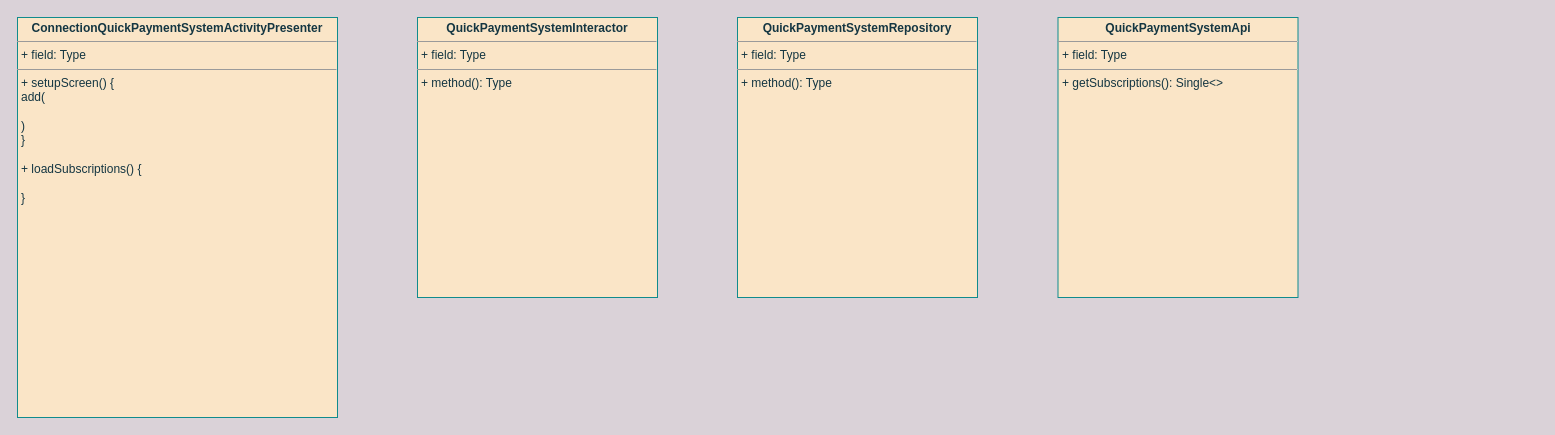
Above: UNI-16880.drawio in ShiryaevNikolay/diagrams (draw.io), before the change. Source tidied: cells renumbered, new cells numbered last; positions are measured from the earlier drawing's top-left corner, leaving out a move shared by most shapes. Both pictures are drawn from the tidied source at 100%, with x=0, y=0 at pixel (17, 17).
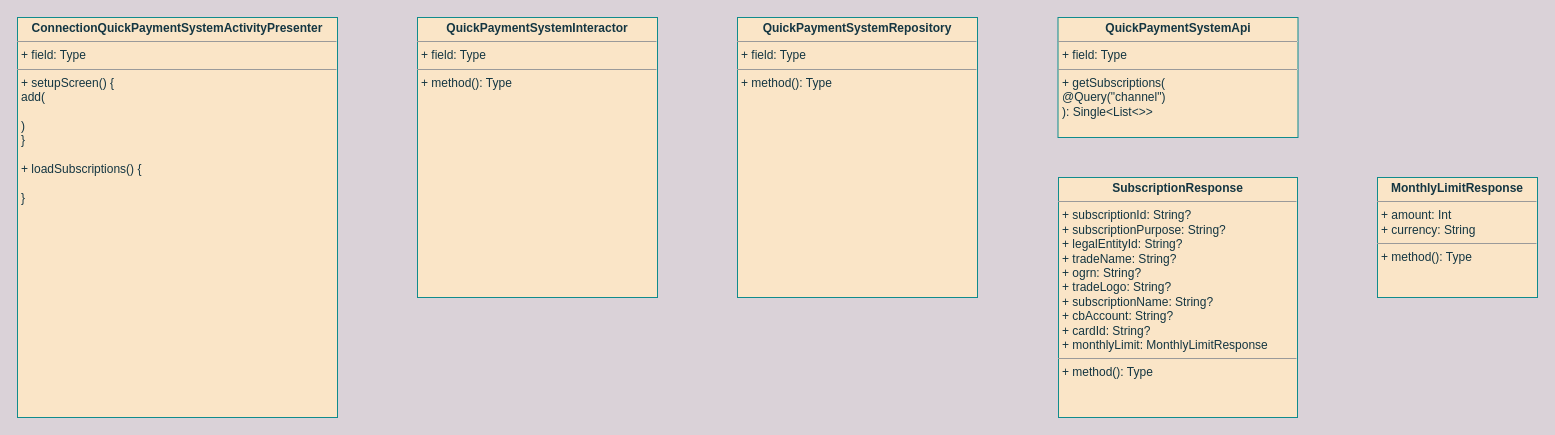
The same diagram, later.

Diff of the diagram source:
```diff
@@
 <mxGraphModel background="#DAD2D8">
   <root>
     <mxCell id="0" />
     <mxCell id="1" parent="0" />
     <mxCell id="2" value="&lt;p style=&quot;margin:0px;margin-top:4px;text-align:center;&quot;&gt;&lt;b&gt;ConnectionQuickPaymentSystemActivityPresenter&lt;/b&gt;&lt;/p&gt;&lt;hr size=&quot;1&quot;&gt;&lt;p style=&quot;margin:0px;margin-left:4px;&quot;&gt;+ field: Type&lt;/p&gt;&lt;hr size=&quot;1&quot;&gt;&lt;p style=&quot;margin:0px;margin-left:4px;&quot;&gt;+ setupScreen() {&lt;/p&gt;&lt;p style=&quot;margin:0px;margin-left:4px;&quot;&gt;add(&lt;/p&gt;&lt;p style=&quot;margin:0px;margin-left:4px;&quot;&gt;&lt;br&gt;&lt;/p&gt;&lt;p style=&quot;margin:0px;margin-left:4px;&quot;&gt;)&lt;br&gt;&lt;/p&gt;&lt;p style=&quot;margin:0px;margin-left:4px;&quot;&gt;}&lt;/p&gt;&lt;p style=&quot;margin:0px;margin-left:4px;&quot;&gt;&lt;br&gt;&lt;/p&gt;&lt;p style=&quot;margin:0px;margin-left:4px;&quot;&gt;+ loadSubscriptions() {&lt;/p&gt;&lt;p style=&quot;margin:0px;margin-left:4px;&quot;&gt;&lt;br&gt;&lt;/p&gt;&lt;p style=&quot;margin:0px;margin-left:4px;&quot;&gt;}&lt;br&gt;&lt;/p&gt;" style="verticalAlign=top;align=left;overflow=fill;fontSize=12;fontFamily=Helvetica;html=1;rounded=0;sketch=0;fontColor=#143642;strokeColor=#0F8B8D;fillColor=#FAE5C7;" parent="1" vertex="1">
       <mxGeometry width="320" height="400" as="geometry" />
     </mxCell>
     <mxCell id="3" value="&lt;p style=&quot;margin:0px;margin-top:4px;text-align:center;&quot;&gt;&lt;b&gt;QuickPaymentSystemInteractor&lt;/b&gt;&lt;/p&gt;&lt;hr size=&quot;1&quot;&gt;&lt;p style=&quot;margin:0px;margin-left:4px;&quot;&gt;+ field: Type&lt;/p&gt;&lt;hr size=&quot;1&quot;&gt;&lt;p style=&quot;margin:0px;margin-left:4px;&quot;&gt;+ method(): Type&lt;/p&gt;" style="verticalAlign=top;align=left;overflow=fill;fontSize=12;fontFamily=Helvetica;html=1;rounded=0;sketch=0;fontColor=#143642;strokeColor=#0F8B8D;fillColor=#FAE5C7;" parent="1" vertex="1">
       <mxGeometry x="400" width="240" height="280" as="geometry" />
     </mxCell>
     <mxCell id="4" value="&lt;p style=&quot;margin:0px;margin-top:4px;text-align:center;&quot;&gt;&lt;b&gt;QuickPaymentSystemRepository&lt;/b&gt;&lt;/p&gt;&lt;hr size=&quot;1&quot;&gt;&lt;p style=&quot;margin:0px;margin-left:4px;&quot;&gt;+ field: Type&lt;/p&gt;&lt;hr size=&quot;1&quot;&gt;&lt;p style=&quot;margin:0px;margin-left:4px;&quot;&gt;+ method(): Type&lt;/p&gt;" style="verticalAlign=top;align=left;overflow=fill;fontSize=12;fontFamily=Helvetica;html=1;rounded=0;sketch=0;fontColor=#143642;strokeColor=#0F8B8D;fillColor=#FAE5C7;" parent="1" vertex="1">
       <mxGeometry x="720" width="240" height="280" as="geometry" />
     </mxCell>
-    <mxCell id="5" value="&lt;p style=&quot;margin:0px;margin-top:4px;text-align:center;&quot;&gt;&lt;b&gt;QuickPaymentSystemApi&lt;/b&gt;&lt;/p&gt;&lt;hr size=&quot;1&quot;&gt;&lt;p style=&quot;margin:0px;margin-left:4px;&quot;&gt;+ field: Type&lt;/p&gt;&lt;hr size=&quot;1&quot;&gt;&lt;p style=&quot;margin:0px;margin-left:4px;&quot;&gt;+ getSubscriptions(): Single&amp;lt;&amp;gt;&lt;/p&gt;" style="verticalAlign=top;align=left;overflow=fill;fontSize=12;fontFamily=Helvetica;html=1;rounded=0;sketch=0;fontColor=#143642;strokeColor=#0F8B8D;fillColor=#FAE5C7;" parent="1" vertex="1">
-      <mxGeometry x="1040.5" width="240" height="280" as="geometry" />
+    <mxCell id="5" value="&lt;p style=&quot;margin:0px;margin-top:4px;text-align:center;&quot;&gt;&lt;b&gt;QuickPaymentSystemApi&lt;/b&gt;&lt;/p&gt;&lt;hr size=&quot;1&quot;&gt;&lt;p style=&quot;margin:0px;margin-left:4px;&quot;&gt;+ field: Type&lt;/p&gt;&lt;hr size=&quot;1&quot;&gt;&lt;p style=&quot;margin:0px;margin-left:4px;&quot;&gt;+ getSubscriptions(&lt;/p&gt;&lt;p style=&quot;margin:0px;margin-left:4px;&quot;&gt;@Query(&quot;channel&quot;)&lt;/p&gt;&lt;p style=&quot;margin:0px;margin-left:4px;&quot;&gt;): Single&amp;lt;List&amp;lt;&amp;gt;&amp;gt;&lt;/p&gt;" style="verticalAlign=top;align=left;overflow=fill;fontSize=12;fontFamily=Helvetica;html=1;rounded=0;sketch=0;fontColor=#143642;strokeColor=#0F8B8D;fillColor=#FAE5C7;" parent="1" vertex="1">
+      <mxGeometry x="1040.5" width="240" height="120" as="geometry" />
     </mxCell>
+    <mxCell id="6" value="&lt;p style=&quot;margin:0px;margin-top:4px;text-align:center;&quot;&gt;&lt;b&gt;SubscriptionResponse&lt;/b&gt;&lt;/p&gt;&lt;hr size=&quot;1&quot;&gt;&lt;p style=&quot;margin:0px;margin-left:4px;&quot;&gt;+ subscriptionId: String?&lt;/p&gt;&lt;p style=&quot;margin:0px;margin-left:4px;&quot;&gt;+ subscriptionPurpose: String?&lt;/p&gt;&lt;p style=&quot;margin:0px;margin-left:4px;&quot;&gt;+ legalEntityId: String?&lt;/p&gt;&lt;p style=&quot;margin:0px;margin-left:4px;&quot;&gt;+ tradeName: String?&lt;/p&gt;&lt;p style=&quot;margin:0px;margin-left:4px;&quot;&gt;+ ogrn: String?&lt;/p&gt;&lt;p style=&quot;margin:0px;margin-left:4px;&quot;&gt;+ tradeLogo: String?&lt;/p&gt;&lt;p style=&quot;margin:0px;margin-left:4px;&quot;&gt;+ subscriptionName: String?&lt;/p&gt;&lt;p style=&quot;margin:0px;margin-left:4px;&quot;&gt;+ cbAccount: String?&lt;/p&gt;&lt;p style=&quot;margin:0px;margin-left:4px;&quot;&gt;+ cardId: String?&lt;/p&gt;&lt;p style=&quot;margin:0px;margin-left:4px;&quot;&gt;+ monthlyLimit: MonthlyLimitResponse&lt;br&gt;&lt;/p&gt;&lt;hr size=&quot;1&quot;&gt;&lt;p style=&quot;margin:0px;margin-left:4px;&quot;&gt;+ method(): Type&lt;/p&gt;" style="verticalAlign=top;align=left;overflow=fill;fontSize=12;fontFamily=Helvetica;html=1;rounded=0;sketch=0;fontColor=#143642;strokeColor=#0F8B8D;fillColor=#FAE5C7;" parent="1" vertex="1">
+      <mxGeometry x="1041" y="160" width="239" height="240" as="geometry" />
+    </mxCell>
+    <mxCell id="7" value="&lt;p style=&quot;margin:0px;margin-top:4px;text-align:center;&quot;&gt;&lt;b&gt;MonthlyLimitResponse&lt;/b&gt;&lt;/p&gt;&lt;hr size=&quot;1&quot;&gt;&lt;p style=&quot;margin:0px;margin-left:4px;&quot;&gt;+ amount: Int&lt;/p&gt;&lt;p style=&quot;margin:0px;margin-left:4px;&quot;&gt;+ currency: String&lt;br&gt;&lt;/p&gt;&lt;hr size=&quot;1&quot;&gt;&lt;p style=&quot;margin:0px;margin-left:4px;&quot;&gt;+ method(): Type&lt;/p&gt;" style="verticalAlign=top;align=left;overflow=fill;fontSize=12;fontFamily=Helvetica;html=1;rounded=0;sketch=0;fontColor=#143642;strokeColor=#0F8B8D;fillColor=#FAE5C7;" parent="1" vertex="1">
+      <mxGeometry x="1360" y="160" width="160" height="120" as="geometry" />
+    </mxCell>
   </root>
 </mxGraphModel>
```
